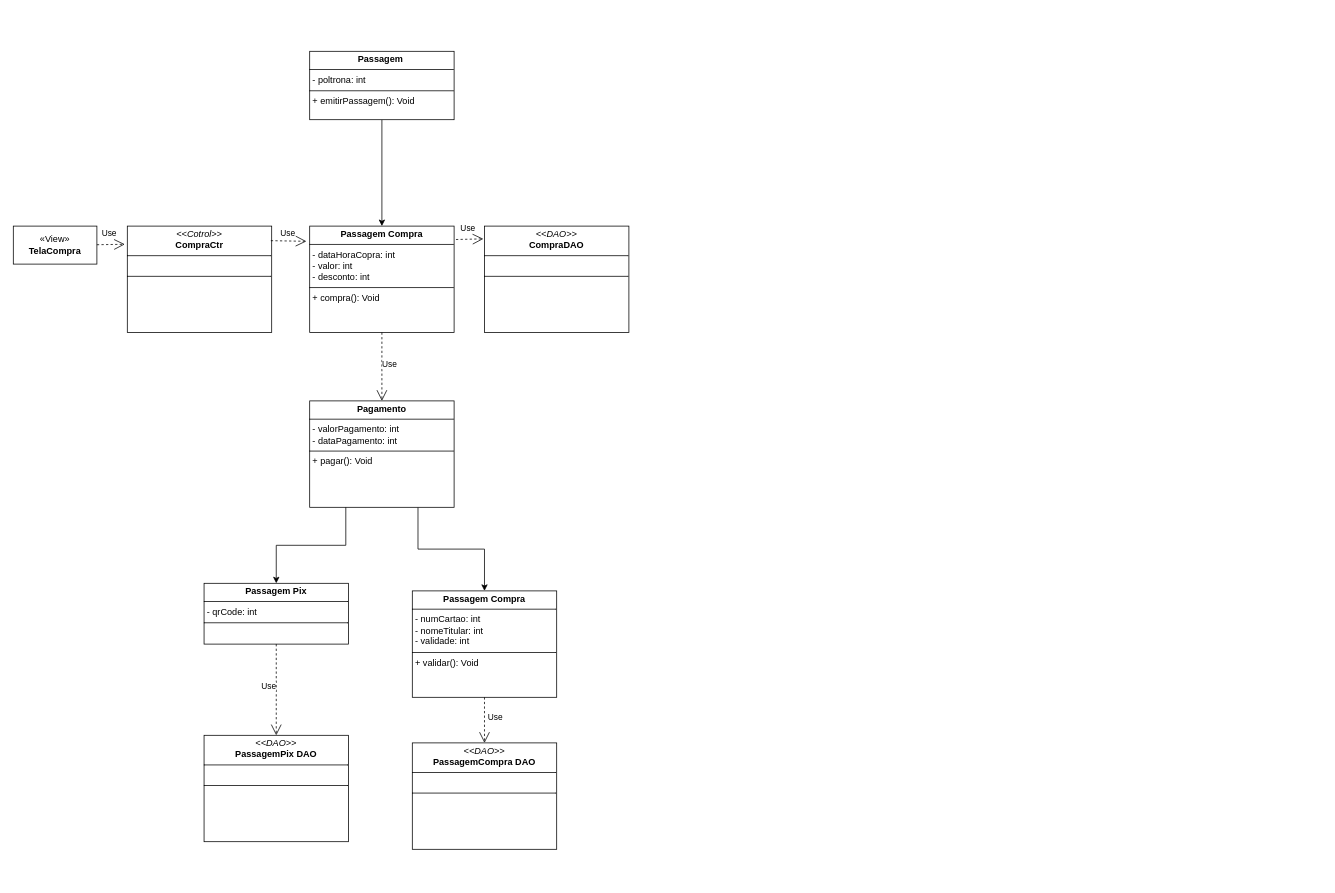
The draw.io diagram Diagrama Caso de Uso Eng 3 .drawio in jl-miclos/Eng-SO3, before the edit. Source tidied: cells renumbered, new cells numbered last; positions are measured from the earlier drawing's top-left corner, leaving out a move shared by most shapes. Both pictures are drawn from the tidied source at 76%, with x=0, y=0 at pixel (13, 51).
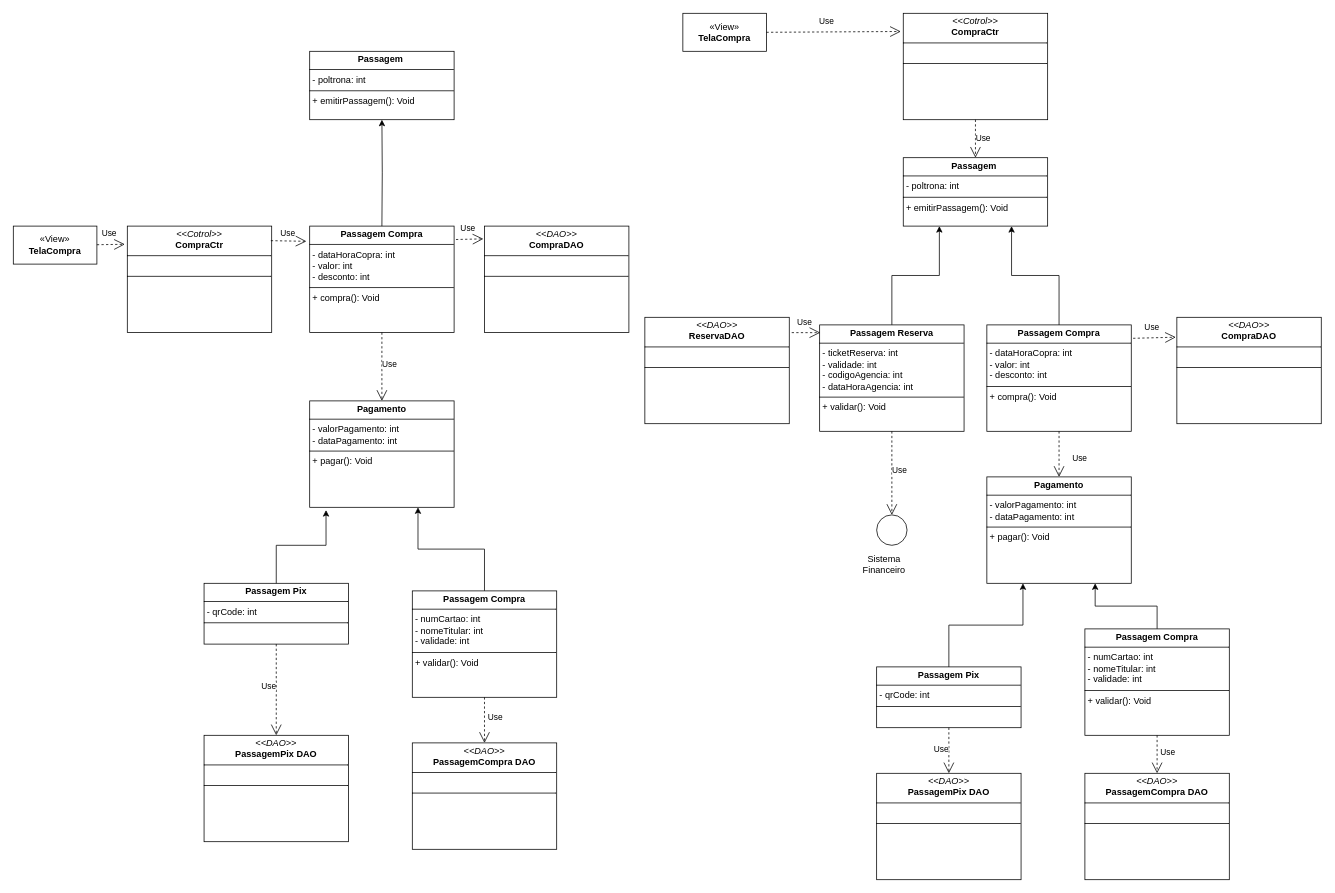
Above is the later version.

Unchanged cells that the change refers to:
```xml
<mxCell id="5" value="&lt;p style=&quot;margin:0px;margin-top:4px;text-align:center;&quot;&gt;&lt;b&gt;Passagem&amp;nbsp;&lt;/b&gt;&lt;b style=&quot;background-color: initial;&quot;&gt;Compra&lt;/b&gt;&lt;/p&gt;&lt;hr size=&quot;1&quot; style=&quot;border-style:solid;&quot;&gt;&lt;p style=&quot;margin:0px;margin-left:4px;&quot;&gt;- dataHoraCopra: int&lt;br&gt;- valor: int&lt;/p&gt;&lt;p style=&quot;margin:0px;margin-left:4px;&quot;&gt;- desconto: int&lt;/p&gt;&lt;hr size=&quot;1&quot; style=&quot;border-style:solid;&quot;&gt;&lt;p style=&quot;margin:0px;margin-left:4px;&quot;&gt;+ compra(): Void&lt;br&gt;&lt;br&gt;&lt;/p&gt;" style="verticalAlign=top;align=left;overflow=fill;html=1;whiteSpace=wrap;" parent="1" vertex="1">
  <mxGeometry x="390" y="230" width="190" height="140" as="geometry" />
</mxCell>
<mxCell id="10" value="&lt;p style=&quot;margin:0px;margin-top:4px;text-align:center;&quot;&gt;&lt;b&gt;Passagem&amp;nbsp;&lt;/b&gt;&lt;/p&gt;&lt;hr size=&quot;1&quot; style=&quot;border-style:solid;&quot;&gt;&lt;p style=&quot;margin:0px;margin-left:4px;&quot;&gt;- poltrona: int&lt;br&gt;&lt;/p&gt;&lt;hr size=&quot;1&quot; style=&quot;border-style:solid;&quot;&gt;&lt;p style=&quot;margin:0px;margin-left:4px;&quot;&gt;+ emitirPassagem(): Void&lt;br&gt;&lt;/p&gt;" style="verticalAlign=top;align=left;overflow=fill;html=1;whiteSpace=wrap;" parent="1" vertex="1">
  <mxGeometry x="390" width="190" height="90" as="geometry" />
</mxCell>
<mxCell id="12" value="&lt;p style=&quot;margin:0px;margin-top:4px;text-align:center;&quot;&gt;&lt;b&gt;Pagamento&lt;/b&gt;&lt;/p&gt;&lt;hr size=&quot;1&quot; style=&quot;border-style:solid;&quot;&gt;&lt;p style=&quot;margin:0px;margin-left:4px;&quot;&gt;- valorPagamento: int&lt;br&gt;- dataPagamento: int&lt;/p&gt;&lt;hr size=&quot;1&quot; style=&quot;border-style:solid;&quot;&gt;&lt;p style=&quot;margin:0px;margin-left:4px;&quot;&gt;+ pagar(): Void&lt;br&gt;&lt;br&gt;&lt;/p&gt;" style="verticalAlign=top;align=left;overflow=fill;html=1;whiteSpace=wrap;" parent="1" vertex="1">
  <mxGeometry x="390" y="460" width="190" height="140" as="geometry" />
</mxCell>
<mxCell id="13" value="&lt;p style=&quot;margin:0px;margin-top:4px;text-align:center;&quot;&gt;&lt;b&gt;Passagem&amp;nbsp;&lt;/b&gt;&lt;b style=&quot;background-color: initial;&quot;&gt;Pix&lt;/b&gt;&lt;/p&gt;&lt;hr size=&quot;1&quot; style=&quot;border-style:solid;&quot;&gt;&lt;p style=&quot;margin:0px;margin-left:4px;&quot;&gt;- qrCode: int&lt;br&gt;&lt;/p&gt;&lt;hr size=&quot;1&quot; style=&quot;border-style:solid;&quot;&gt;&lt;p style=&quot;margin:0px;margin-left:4px;&quot;&gt;&lt;br&gt;&lt;/p&gt;" style="verticalAlign=top;align=left;overflow=fill;html=1;whiteSpace=wrap;" parent="1" vertex="1">
  <mxGeometry x="251" y="700" width="190" height="80" as="geometry" />
</mxCell>
<mxCell id="15" value="&lt;p style=&quot;margin:0px;margin-top:4px;text-align:center;&quot;&gt;&lt;b&gt;Passagem&amp;nbsp;&lt;/b&gt;&lt;b style=&quot;background-color: initial;&quot;&gt;Compra&lt;/b&gt;&lt;/p&gt;&lt;hr size=&quot;1&quot; style=&quot;border-style:solid;&quot;&gt;&lt;p style=&quot;margin:0px;margin-left:4px;&quot;&gt;- numCartao: int&lt;br&gt;- nomeTitular: int&lt;/p&gt;&lt;p style=&quot;margin:0px;margin-left:4px;&quot;&gt;- validade: int&lt;/p&gt;&lt;hr size=&quot;1&quot; style=&quot;border-style:solid;&quot;&gt;&lt;p style=&quot;margin:0px;margin-left:4px;&quot;&gt;+ validar(): Void&lt;br&gt;&lt;br&gt;&lt;/p&gt;" style="verticalAlign=top;align=left;overflow=fill;html=1;whiteSpace=wrap;" parent="1" vertex="1">
  <mxGeometry x="525" y="710" width="190" height="140" as="geometry" />
</mxCell>
```

Change to the diagram source:
```diff
@@
-    <mxCell id="9" style="edgeStyle=orthogonalEdgeStyle;rounded=0;jettySize=auto;html=1;exitX=0.5;exitY=1;exitDx=0;exitDy=0;entryX=0.5;entryY=0;entryDx=0;entryDy=0;" parent="1" edge="1" source="10" target="5">
-      <mxGeometry relative="1" as="geometry" />
+    <mxCell id="9" style="edgeStyle=orthogonalEdgeStyle;rounded=0;jettySize=auto;html=1;entryX=0.5;entryY=1;entryDx=0;entryDy=0;" parent="1" edge="1" target="10">
+      <mxGeometry relative="1" as="geometry">
+        <mxPoint x="485" y="230" as="sourcePoint" />
+      </mxGeometry>
     </mxCell>
@@
-    <mxCell id="11" style="edgeStyle=orthogonalEdgeStyle;rounded=0;jettySize=auto;html=1;exitX=0.75;exitY=1;exitDx=0;exitDy=0;entryX=0.5;entryY=0;entryDx=0;entryDy=0;" parent="1" edge="1" source="12" target="15">
+    <mxCell id="11" style="edgeStyle=orthogonalEdgeStyle;rounded=0;jettySize=auto;html=1;exitX=0.5;exitY=0;exitDx=0;exitDy=0;entryX=0.75;entryY=1;entryDx=0;entryDy=0;" parent="1" edge="1" source="15" target="12">
       <mxGeometry relative="1" as="geometry" />
     </mxCell>
@@
-    <mxCell id="14" style="edgeStyle=orthogonalEdgeStyle;rounded=0;jettySize=auto;html=1;exitX=0.25;exitY=1;exitDx=0;exitDy=0;entryX=0.5;entryY=0;entryDx=0;entryDy=0;" parent="1" edge="1" source="12" target="13">
+    <mxCell id="14" style="edgeStyle=orthogonalEdgeStyle;rounded=0;jettySize=auto;html=1;exitX=0.5;exitY=0;exitDx=0;exitDy=0;entryX=0.113;entryY=1.026;entryDx=0;entryDy=0;entryPerimeter=0;" parent="1" edge="1" source="13" target="12">
       <mxGeometry relative="1" as="geometry" />
     </mxCell>
@@
+    <mxCell id="21" value="&lt;p style=&quot;margin:0px;margin-top:4px;text-align:center;&quot;&gt;&lt;b&gt;Passagem&amp;nbsp;&lt;/b&gt;&lt;b style=&quot;background-color: initial;&quot;&gt;Compra&lt;/b&gt;&lt;/p&gt;&lt;hr size=&quot;1&quot; style=&quot;border-style:solid;&quot;&gt;&lt;p style=&quot;margin:0px;margin-left:4px;&quot;&gt;- dataHoraCopra: int&lt;br&gt;- valor: int&lt;/p&gt;&lt;p style=&quot;margin:0px;margin-left:4px;&quot;&gt;- desconto: int&lt;/p&gt;&lt;hr size=&quot;1&quot; style=&quot;border-style:solid;&quot;&gt;&lt;p style=&quot;margin:0px;margin-left:4px;&quot;&gt;+ compra(): Void&lt;br&gt;&lt;br&gt;&lt;/p&gt;" style="verticalAlign=top;align=left;overflow=fill;html=1;whiteSpace=wrap;" parent="1" vertex="1">
+      <mxGeometry x="1281" y="360" width="190" height="140" as="geometry" />
+    </mxCell>
+    <mxCell id="22" value="Use" style="endArrow=open;endSize=12;dashed=1;html=1;rounded=0;entryX=-0.007;entryY=0.187;entryDx=0;entryDy=0;exitX=1.013;exitY=0.126;exitDx=0;exitDy=0;exitPerimeter=0;entryPerimeter=0;" parent="1" edge="1" source="21" target="35">
+      <mxGeometry x="-0.11" y="14" relative="1" as="geometry" />
+    </mxCell>
+    <mxCell id="23" style="edgeStyle=orthogonalEdgeStyle;rounded=0;jettySize=auto;html=1;entryX=0.75;entryY=1;entryDx=0;entryDy=0;exitX=0.5;exitY=0;exitDx=0;exitDy=0;" parent="1" edge="1" source="21" target="24">
+      <mxGeometry relative="1" as="geometry" />
+    </mxCell>
+    <mxCell id="24" value="&lt;p style=&quot;margin:0px;margin-top:4px;text-align:center;&quot;&gt;&lt;b&gt;Passagem&amp;nbsp;&lt;/b&gt;&lt;/p&gt;&lt;hr size=&quot;1&quot; style=&quot;border-style:solid;&quot;&gt;&lt;p style=&quot;margin:0px;margin-left:4px;&quot;&gt;- poltrona: int&lt;br&gt;&lt;/p&gt;&lt;hr size=&quot;1&quot; style=&quot;border-style:solid;&quot;&gt;&lt;p style=&quot;margin:0px;margin-left:4px;&quot;&gt;+ emitirPassagem(): Void&lt;br&gt;&lt;/p&gt;" style="verticalAlign=top;align=left;overflow=fill;html=1;whiteSpace=wrap;" parent="1" vertex="1">
+      <mxGeometry x="1171" y="140" width="190" height="90" as="geometry" />
+    </mxCell>
+    <mxCell id="25" style="edgeStyle=orthogonalEdgeStyle;rounded=0;jettySize=auto;html=1;exitX=0.5;exitY=0;exitDx=0;exitDy=0;entryX=0.75;entryY=1;entryDx=0;entryDy=0;" parent="1" edge="1" source="29" target="26">
+      <mxGeometry relative="1" as="geometry" />
+    </mxCell>
+    <mxCell id="26" value="&lt;p style=&quot;margin:0px;margin-top:4px;text-align:center;&quot;&gt;&lt;b&gt;Pagamento&lt;/b&gt;&lt;/p&gt;&lt;hr size=&quot;1&quot; style=&quot;border-style:solid;&quot;&gt;&lt;p style=&quot;margin:0px;margin-left:4px;&quot;&gt;- valorPagamento: int&lt;br&gt;- dataPagamento: int&lt;/p&gt;&lt;hr size=&quot;1&quot; style=&quot;border-style:solid;&quot;&gt;&lt;p style=&quot;margin:0px;margin-left:4px;&quot;&gt;+ pagar(): Void&lt;br&gt;&lt;br&gt;&lt;/p&gt;" style="verticalAlign=top;align=left;overflow=fill;html=1;whiteSpace=wrap;" parent="1" vertex="1">
+      <mxGeometry x="1281" y="560" width="190" height="140" as="geometry" />
+    </mxCell>
+    <mxCell id="27" value="&lt;p style=&quot;margin:0px;margin-top:4px;text-align:center;&quot;&gt;&lt;b&gt;Passagem&amp;nbsp;&lt;/b&gt;&lt;b style=&quot;background-color: initial;&quot;&gt;Pix&lt;/b&gt;&lt;/p&gt;&lt;hr size=&quot;1&quot; style=&quot;border-style:solid;&quot;&gt;&lt;p style=&quot;margin:0px;margin-left:4px;&quot;&gt;- qrCode: int&lt;br&gt;&lt;/p&gt;&lt;hr size=&quot;1&quot; style=&quot;border-style:solid;&quot;&gt;&lt;p style=&quot;margin:0px;margin-left:4px;&quot;&gt;&lt;br&gt;&lt;/p&gt;" style="verticalAlign=top;align=left;overflow=fill;html=1;whiteSpace=wrap;" parent="1" vertex="1">
+      <mxGeometry x="1136" y="810" width="190" height="80" as="geometry" />
+    </mxCell>
+    <mxCell id="28" style="edgeStyle=orthogonalEdgeStyle;rounded=0;jettySize=auto;html=1;exitX=0.5;exitY=0;exitDx=0;exitDy=0;entryX=0.25;entryY=1;entryDx=0;entryDy=0;" parent="1" edge="1" source="27" target="26">
+      <mxGeometry relative="1" as="geometry" />
+    </mxCell>
+    <mxCell id="29" value="&lt;p style=&quot;margin:0px;margin-top:4px;text-align:center;&quot;&gt;&lt;b&gt;Passagem&amp;nbsp;&lt;/b&gt;&lt;b style=&quot;background-color: initial;&quot;&gt;Compra&lt;/b&gt;&lt;/p&gt;&lt;hr size=&quot;1&quot; style=&quot;border-style:solid;&quot;&gt;&lt;p style=&quot;margin:0px;margin-left:4px;&quot;&gt;- numCartao: int&lt;br&gt;- nomeTitular: int&lt;/p&gt;&lt;p style=&quot;margin:0px;margin-left:4px;&quot;&gt;- validade: int&lt;/p&gt;&lt;hr size=&quot;1&quot; style=&quot;border-style:solid;&quot;&gt;&lt;p style=&quot;margin:0px;margin-left:4px;&quot;&gt;+ validar(): Void&lt;br&gt;&lt;br&gt;&lt;/p&gt;" style="verticalAlign=top;align=left;overflow=fill;html=1;whiteSpace=wrap;" parent="1" vertex="1">
+      <mxGeometry x="1410" y="760" width="190" height="140" as="geometry" />
+    </mxCell>
+    <mxCell id="30" value="Use" style="endArrow=open;endSize=12;dashed=1;html=1;rounded=0;exitX=0.5;exitY=1;exitDx=0;exitDy=0;entryX=0.5;entryY=0;entryDx=0;entryDy=0;" parent="1" edge="1" source="21" target="26">
+      <mxGeometry x="0.21" y="27" relative="1" as="geometry" />
+    </mxCell>
+    <mxCell id="31" value="&lt;p style=&quot;margin:0px;margin-top:4px;text-align:center;&quot;&gt;&lt;i&gt;&amp;lt;&amp;lt;DAO&amp;gt;&amp;gt;&lt;/i&gt;&lt;br&gt;&lt;b&gt;PassagemCompra DAO&lt;/b&gt;&lt;/p&gt;&lt;hr size=&quot;1&quot; style=&quot;border-style:solid;&quot;&gt;&lt;p style=&quot;margin:0px;margin-left:4px;&quot;&gt;&amp;nbsp;&lt;/p&gt;&lt;hr size=&quot;1&quot; style=&quot;border-style:solid;&quot;&gt;&lt;p style=&quot;margin:0px;margin-left:4px;&quot;&gt;&amp;nbsp;&lt;/p&gt;" style="verticalAlign=top;align=left;overflow=fill;html=1;whiteSpace=wrap;" parent="1" vertex="1">
+      <mxGeometry x="1410" y="950" width="190" height="140" as="geometry" />
+    </mxCell>
+    <mxCell id="32" value="Use" style="endArrow=open;endSize=12;dashed=1;html=1;rounded=0;entryX=0.5;entryY=0;entryDx=0;entryDy=0;exitX=0.5;exitY=1;exitDx=0;exitDy=0;" parent="1" edge="1" source="29" target="31">
+      <mxGeometry x="-0.11" y="14" relative="1" as="geometry" />
+    </mxCell>
+    <mxCell id="33" value="&lt;p style=&quot;margin:0px;margin-top:4px;text-align:center;&quot;&gt;&lt;i&gt;&amp;lt;&amp;lt;DAO&amp;gt;&amp;gt;&lt;/i&gt;&lt;br&gt;&lt;b&gt;PassagemPix DAO&lt;/b&gt;&lt;/p&gt;&lt;hr size=&quot;1&quot; style=&quot;border-style:solid;&quot;&gt;&lt;p style=&quot;margin:0px;margin-left:4px;&quot;&gt;&amp;nbsp;&lt;/p&gt;&lt;hr size=&quot;1&quot; style=&quot;border-style:solid;&quot;&gt;&lt;p style=&quot;margin:0px;margin-left:4px;&quot;&gt;&amp;nbsp;&lt;/p&gt;" style="verticalAlign=top;align=left;overflow=fill;html=1;whiteSpace=wrap;" parent="1" vertex="1">
+      <mxGeometry x="1136" y="950" width="190" height="140" as="geometry" />
+    </mxCell>
+    <mxCell id="34" value="Use" style="endArrow=open;endSize=12;dashed=1;html=1;rounded=0;exitX=0.5;exitY=1;exitDx=0;exitDy=0;entryX=0.5;entryY=0;entryDx=0;entryDy=0;" parent="1" edge="1" source="27" target="33">
+      <mxGeometry x="-0.06" y="-10" relative="1" as="geometry" />
+    </mxCell>
+    <mxCell id="35" value="&lt;p style=&quot;margin:0px;margin-top:4px;text-align:center;&quot;&gt;&lt;i&gt;&amp;lt;&amp;lt;DAO&amp;gt;&amp;gt;&lt;/i&gt;&lt;br&gt;&lt;b&gt;CompraDAO&lt;/b&gt;&lt;/p&gt;&lt;hr size=&quot;1&quot; style=&quot;border-style:solid;&quot;&gt;&lt;p style=&quot;margin:0px;margin-left:4px;&quot;&gt;&lt;br&gt;&lt;/p&gt;&lt;hr size=&quot;1&quot; style=&quot;border-style:solid;&quot;&gt;&lt;p style=&quot;margin:0px;margin-left:4px;&quot;&gt;&amp;nbsp;&lt;/p&gt;" style="verticalAlign=top;align=left;overflow=fill;html=1;whiteSpace=wrap;" parent="1" vertex="1">
+      <mxGeometry x="1531" y="350" width="190" height="140" as="geometry" />
+    </mxCell>
+    <mxCell id="36" value="«View»&lt;br&gt;&lt;b&gt;TelaCompra&lt;/b&gt;" style="html=1;whiteSpace=wrap;" parent="1" vertex="1">
+      <mxGeometry x="881" y="-50" width="110" height="50" as="geometry" />
+    </mxCell>
+    <mxCell id="37" value="&lt;p style=&quot;margin:0px;margin-top:4px;text-align:center;&quot;&gt;&lt;i&gt;&amp;lt;&amp;lt;Cotrol&amp;gt;&amp;gt;&lt;/i&gt;&lt;br&gt;&lt;b&gt;CompraCtr&lt;/b&gt;&lt;/p&gt;&lt;hr size=&quot;1&quot; style=&quot;border-style:solid;&quot;&gt;&lt;p style=&quot;margin:0px;margin-left:4px;&quot;&gt;&amp;nbsp;&lt;/p&gt;&lt;hr size=&quot;1&quot; style=&quot;border-style:solid;&quot;&gt;&lt;p style=&quot;margin:0px;margin-left:4px;&quot;&gt;&amp;nbsp;&lt;/p&gt;" style="verticalAlign=top;align=left;overflow=fill;html=1;whiteSpace=wrap;" parent="1" vertex="1">
+      <mxGeometry x="1171" y="-50" width="190" height="140" as="geometry" />
+    </mxCell>
+    <mxCell id="38" value="Use" style="endArrow=open;endSize=12;dashed=1;html=1;rounded=0;entryX=-0.017;entryY=0.171;entryDx=0;entryDy=0;entryPerimeter=0;exitX=1;exitY=0.5;exitDx=0;exitDy=0;" parent="1" edge="1" source="36" target="37">
+      <mxGeometry x="-0.11" y="14" relative="1" as="geometry" />
+    </mxCell>
+    <mxCell id="39" value="Use" style="endArrow=open;endSize=12;dashed=1;html=1;rounded=0;exitX=0.5;exitY=1;exitDx=0;exitDy=0;entryX=0.5;entryY=0;entryDx=0;entryDy=0;" parent="1" edge="1" source="37" target="24">
+      <mxGeometry x="-0.06" y="10" relative="1" as="geometry" />
+    </mxCell>
+    <mxCell id="40" style="edgeStyle=orthogonalEdgeStyle;rounded=0;jettySize=auto;html=1;exitX=0.5;exitY=0;exitDx=0;exitDy=0;entryX=0.25;entryY=1;entryDx=0;entryDy=0;" parent="1" edge="1" source="41" target="24">
+      <mxGeometry relative="1" as="geometry" />
+    </mxCell>
+    <mxCell id="41" value="&lt;p style=&quot;margin:0px;margin-top:4px;text-align:center;&quot;&gt;&lt;b&gt;Passagem&amp;nbsp;&lt;/b&gt;&lt;b style=&quot;background-color: initial;&quot;&gt;Reserva&lt;/b&gt;&lt;/p&gt;&lt;hr size=&quot;1&quot; style=&quot;border-style:solid;&quot;&gt;&lt;p style=&quot;margin:0px;margin-left:4px;&quot;&gt;- ticketReserva: int&lt;br&gt;- validade: int&lt;/p&gt;&lt;p style=&quot;margin:0px;margin-left:4px;&quot;&gt;- codigoAgencia: int&lt;/p&gt;&lt;p style=&quot;margin:0px;margin-left:4px;&quot;&gt;- dataHoraAgencia: int&lt;br&gt;&lt;/p&gt;&lt;hr size=&quot;1&quot; style=&quot;border-style:solid;&quot;&gt;&lt;p style=&quot;margin:0px;margin-left:4px;&quot;&gt;+ validar(): Void&lt;br&gt;&lt;br&gt;&lt;/p&gt;" style="verticalAlign=top;align=left;overflow=fill;html=1;whiteSpace=wrap;" parent="1" vertex="1">
+      <mxGeometry x="1061" y="360" width="190" height="140" as="geometry" />
+    </mxCell>
+    <mxCell id="42" value="&lt;p style=&quot;margin:0px;margin-top:4px;text-align:center;&quot;&gt;&lt;i&gt;&amp;lt;&amp;lt;DAO&amp;gt;&amp;gt;&lt;/i&gt;&lt;br&gt;&lt;b&gt;ReservaDAO&lt;/b&gt;&lt;/p&gt;&lt;hr size=&quot;1&quot; style=&quot;border-style:solid;&quot;&gt;&lt;p style=&quot;margin:0px;margin-left:4px;&quot;&gt;&lt;br&gt;&lt;/p&gt;&lt;hr size=&quot;1&quot; style=&quot;border-style:solid;&quot;&gt;&lt;p style=&quot;margin:0px;margin-left:4px;&quot;&gt;&amp;nbsp;&lt;/p&gt;" style="verticalAlign=top;align=left;overflow=fill;html=1;whiteSpace=wrap;" parent="1" vertex="1">
+      <mxGeometry x="831" y="350" width="190" height="140" as="geometry" />
+    </mxCell>
+    <mxCell id="43" value="Use" style="endArrow=open;endSize=12;dashed=1;html=1;rounded=0;entryX=0.004;entryY=0.073;entryDx=0;entryDy=0;entryPerimeter=0;exitX=1.017;exitY=0.144;exitDx=0;exitDy=0;exitPerimeter=0;" parent="1" edge="1" source="42" target="41">
+      <mxGeometry x="-0.11" y="14" relative="1" as="geometry" />
+    </mxCell>
+    <mxCell id="44" style="ellipse;whiteSpace=wrap;html=1;" parent="1" vertex="1">
+      <mxGeometry x="1136" y="610" width="40" height="40" as="geometry" />
+    </mxCell>
+    <mxCell id="45" value="Use" style="endArrow=open;endSize=12;dashed=1;html=1;rounded=0;exitX=0.5;exitY=1;exitDx=0;exitDy=0;entryX=0.5;entryY=0;entryDx=0;entryDy=0;" parent="1" edge="1" source="41" target="44">
+      <mxGeometry x="-0.06" y="10" relative="1" as="geometry" />
+    </mxCell>
+    <mxCell id="46" value="Sistema Financeiro" style="text;html=1;align=center;verticalAlign=middle;whiteSpace=wrap;rounded=0;" parent="1" vertex="1">
+      <mxGeometry x="1116" y="660" width="60" height="30" as="geometry" />
+    </mxCell>
```
